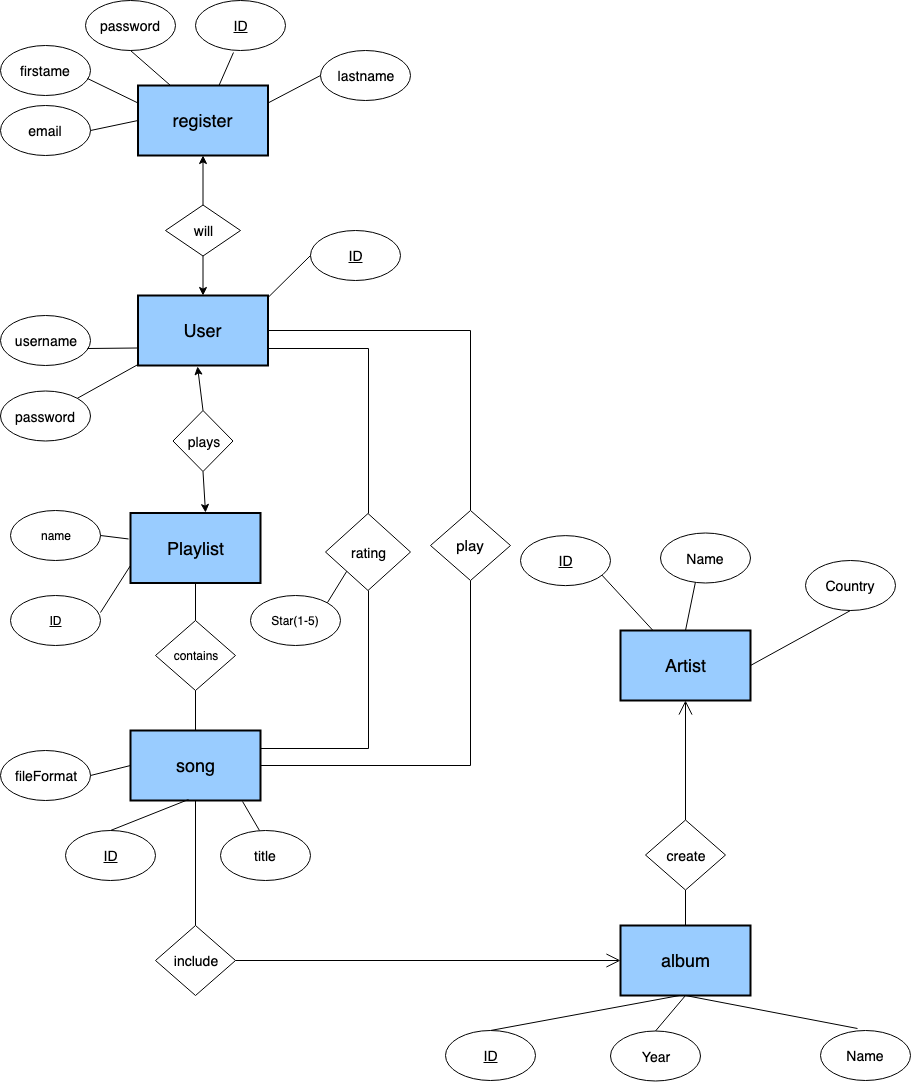
This is Project Design/cs157a_ERD.png from JPhenglavong/CS157A-20, a draw.io export, as it was before one commit. Source tidied: cells renumbered, new cells last; positions are measured from the earlier drawing's top-left corner, leaving out a move shared by most shapes.
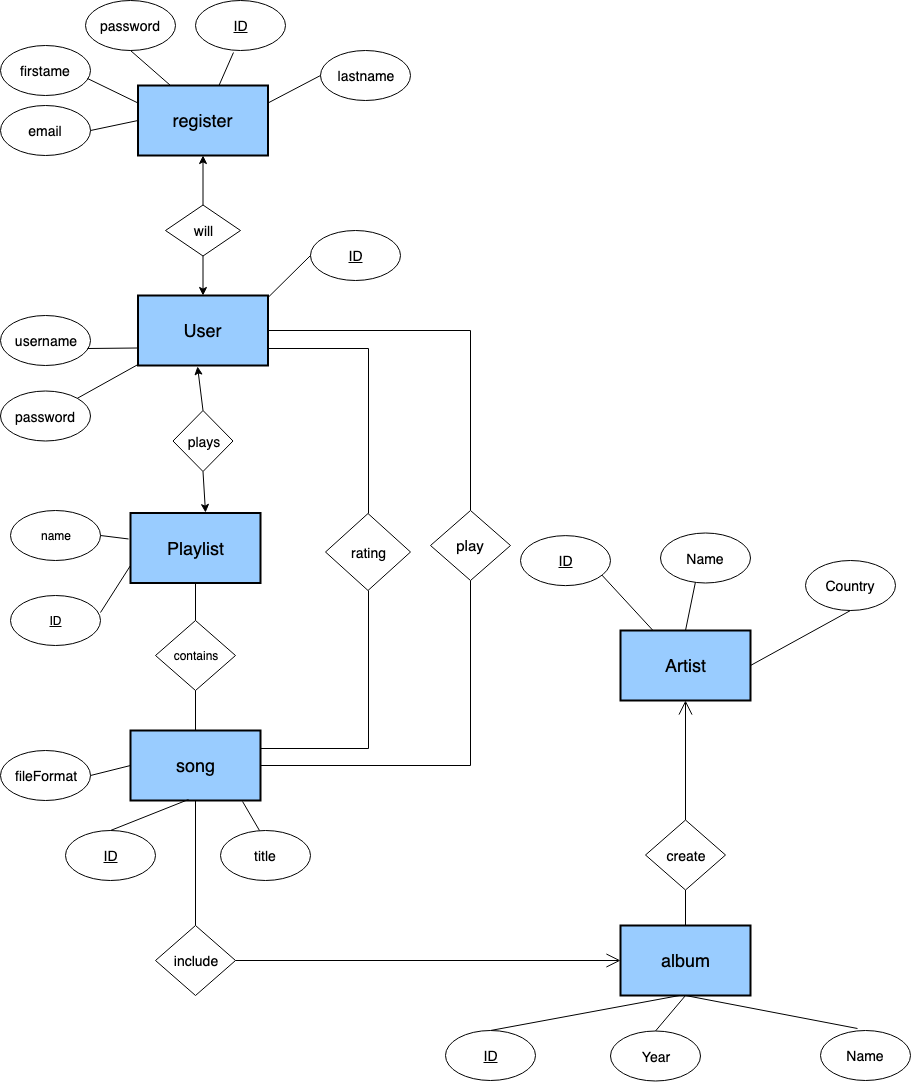
After the commit.

Commit message:
delete some attributes on relationship table

What changed in the source:
```diff
@@ -202,11 +202,5 @@
     <mxCell id="67" value="&lt;u&gt;&lt;font style=&quot;font-size: 14px&quot;&gt;ID&lt;/font&gt;&lt;/u&gt;" style="ellipse;whiteSpace=wrap;html=1;" parent="1" vertex="1">
       <mxGeometry x="520" y="535.1" width="90" height="50" as="geometry" />
     </mxCell>
-    <mxCell id="68" style="edgeStyle=none;rounded=0;jettySize=auto;html=1;exitX=1;exitY=0;exitDx=0;exitDy=0;entryX=0;entryY=1;entryDx=0;entryDy=0;endArrow=none;endFill=0;" parent="1" edge="1" source="69" target="66">
-      <mxGeometry relative="1" as="geometry" />
-    </mxCell>
-    <mxCell id="69" value="Star(1-5)" style="ellipse;whiteSpace=wrap;html=1;" parent="1" vertex="1">
-      <mxGeometry x="250" y="595" width="90" height="50" as="geometry" />
-    </mxCell>
   </root>
 </mxGraphModel>
```
